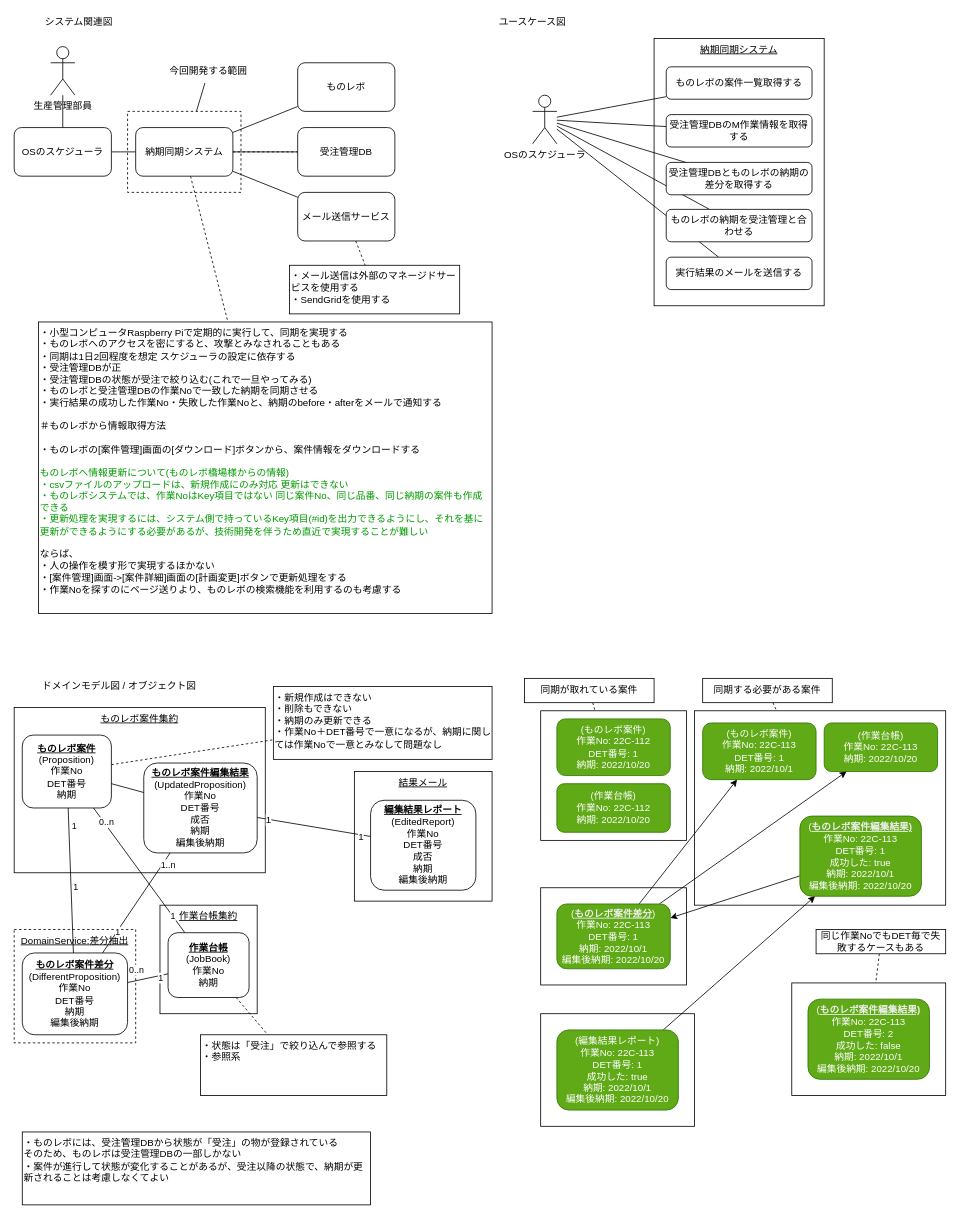
Earlier version of the draw.io diagram Diagrams/sudoDiagram.drawio (Matazoro-Kemtari/SynchronizeMonorevoDeliveryDates). Source tidied: cells renumbered, new cells numbered last; positions are measured from the earlier drawing's top-left corner, leaving out a move shared by most shapes. Both pictures are drawn from the tidied source at 81%, with x=0, y=0 at pixel (14, 14).
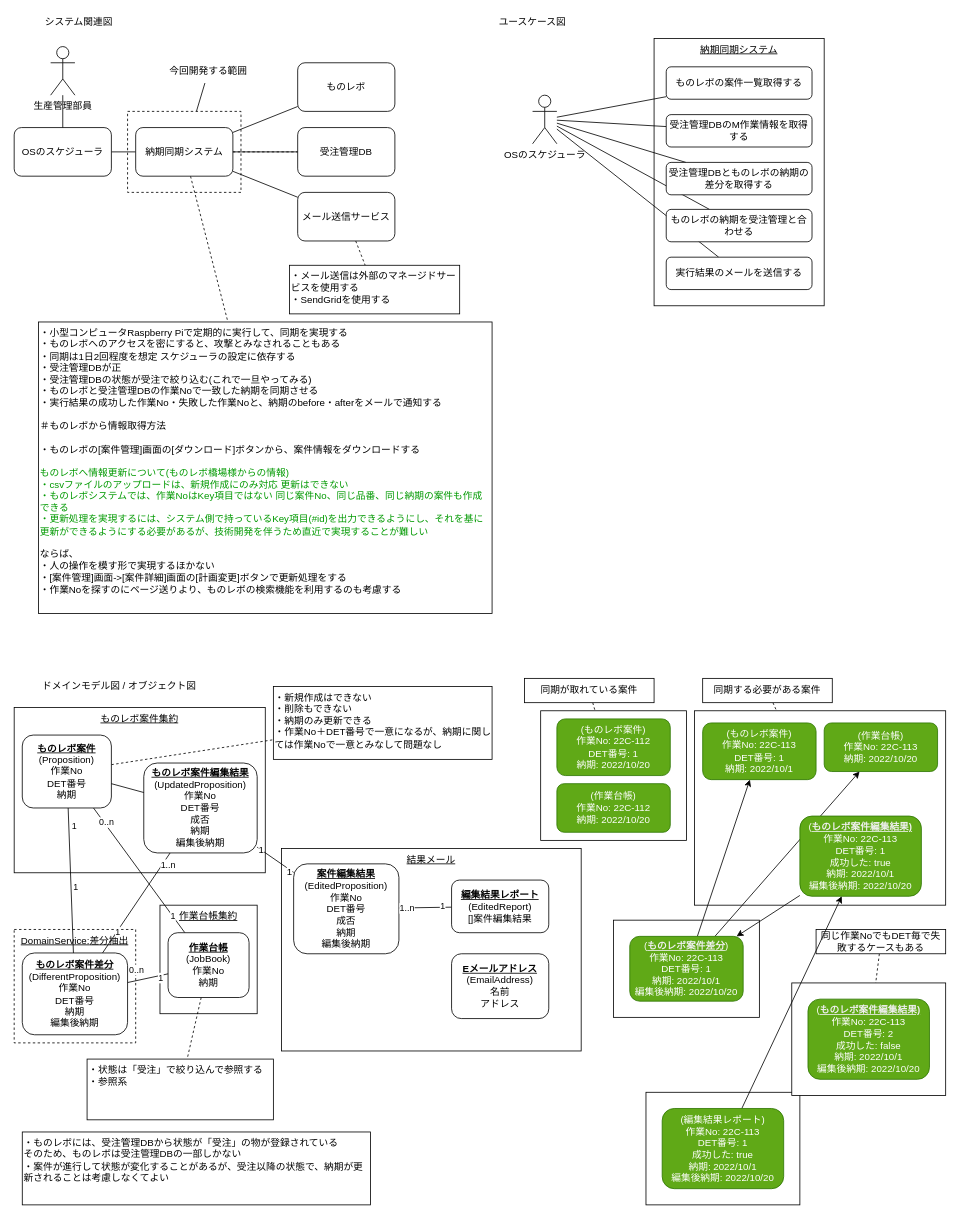
The same page after the edit.

Commit message (it also covers changes not shown here):
ドメインモデル図更新 モデルも併せて修正

What changed in the source:
```diff
@@
     <mxCell id="2" style="rounded=0;whiteSpace=wrap;html=1;fontColor=#009900;" parent="1" vertex="1">
-      <mxGeometry x="650" y="1234" width="190" height="139" as="geometry" />
+      <mxGeometry x="780" y="1331" width="190" height="139" as="geometry" />
     </mxCell>
@@
     <mxCell id="57" value="・状態は「受注」で絞り込んで参照する&lt;br&gt;・参照系" style="rounded=0;whiteSpace=wrap;html=1;align=left;verticalAlign=top;" parent="1" vertex="1">
-      <mxGeometry x="230" y="1260" width="230" height="75" as="geometry" />
+      <mxGeometry x="90" y="1290" width="230" height="75" as="geometry" />
     </mxCell>
@@
     <mxCell id="69" value="&lt;u&gt;結果メール&lt;br&gt;&lt;/u&gt;" style="rounded=0;whiteSpace=wrap;html=1;verticalAlign=top;" parent="1" vertex="1">
-      <mxGeometry x="420" y="935" width="170" height="160" as="geometry" />
+      <mxGeometry x="330" y="1030" width="370" height="250" as="geometry" />
     </mxCell>
     <mxCell id="70" style="rounded=0;whiteSpace=wrap;html=1;fontColor=#009900;" parent="1" vertex="1">
-      <mxGeometry x="650" y="1078.5" width="180" height="120" as="geometry" />
+      <mxGeometry x="740" y="1118.5" width="180" height="120" as="geometry" />
     </mxCell>
@@
     <mxCell id="73" value="(&lt;u style=&quot;color: rgb(240 , 240 , 240)&quot;&gt;&lt;b&gt;ものレボ案件差分&lt;/b&gt;&lt;/u&gt;)&lt;br&gt;作業No: 22C-113&lt;br&gt;DET番号: 1&lt;br&gt;納期: 2022/10/1&lt;br&gt;編集後納期: 2022/10/20" style="rounded=1;whiteSpace=wrap;html=1;verticalAlign=middle;align=center;fillColor=#60a917;strokeColor=#2D7600;fontColor=#ffffff;" parent="1" vertex="1">
-      <mxGeometry x="670" y="1098.5" width="140" height="80" as="geometry" />
+      <mxGeometry x="760" y="1138.5" width="140" height="80" as="geometry" />
     </mxCell>
@@
-    <mxCell id="85" value="&lt;u&gt;&lt;b&gt;編集結果レポート&lt;br&gt;&lt;/b&gt;&lt;/u&gt;(EditedReport&lt;span&gt;)&lt;/span&gt;&lt;br&gt;作業No&lt;br&gt;DET番号&lt;br&gt;成否&lt;br&gt;納期&lt;br&gt;編集後納期" style="rounded=1;whiteSpace=wrap;html=1;verticalAlign=middle;align=center;" parent="1" vertex="1">
-      <mxGeometry x="440" y="970.5" width="130" height="111" as="geometry" />
+    <mxCell id="85" value="&lt;u&gt;&lt;b&gt;案件&lt;/b&gt;&lt;/u&gt;&lt;u&gt;&lt;b&gt;編集結果&lt;br&gt;&lt;/b&gt;&lt;/u&gt;(EditedProposition&lt;span&gt;)&lt;/span&gt;&lt;br&gt;作業No&lt;br&gt;DET番号&lt;br&gt;成否&lt;br&gt;納期&lt;br&gt;編集後納期" style="rounded=1;whiteSpace=wrap;html=1;verticalAlign=middle;align=center;" parent="1" vertex="1">
+      <mxGeometry x="345" y="1049" width="130" height="111" as="geometry" />
     </mxCell>
@@
     <mxCell id="87" value="(編集結果レポート)&lt;br&gt;作業No: 22C-113&lt;br&gt;DET番号: 1&lt;br&gt;成功した: true&lt;span&gt;&lt;br&gt;&lt;/span&gt;納期: 2022/10/1&lt;br&gt;編集後納期: 2022/10/20" style="rounded=1;whiteSpace=wrap;html=1;verticalAlign=middle;align=center;fillColor=#60a917;strokeColor=#2D7600;fontColor=#ffffff;" parent="1" vertex="1">
-      <mxGeometry x="670" y="1254" width="150" height="99" as="geometry" />
+      <mxGeometry x="800" y="1351" width="150" height="99" as="geometry" />
     </mxCell>
+    <mxCell id="88" value="&lt;u&gt;&lt;b&gt;Eメールアドレス&lt;br&gt;&lt;/b&gt;&lt;/u&gt;(EmailAddress)&lt;br&gt;名前&lt;br&gt;アドレス" style="rounded=1;whiteSpace=wrap;html=1;verticalAlign=middle;align=center;" parent="1" vertex="1">
+      <mxGeometry x="540" y="1160" width="120" height="80" as="geometry" />
+    </mxCell>
+    <mxCell id="89" style="edgeStyle=none;html=1;endArrow=none;endFill=0;" parent="1" edge="1" source="92" target="85">
+      <mxGeometry relative="1" as="geometry" />
+    </mxCell>
+    <mxCell id="90" value="1" style="edgeLabel;html=1;align=center;verticalAlign=middle;" parent="89" vertex="1">
+      <mxGeometry x="-0.67" y="-2" relative="1" as="geometry" />
+    </mxCell>
+    <mxCell id="91" value="1..n" style="edgeLabel;html=1;align=center;verticalAlign=middle;" parent="89" vertex="1">
+      <mxGeometry x="0.71" relative="1" as="geometry" />
+    </mxCell>
+    <mxCell id="92" value="&lt;u&gt;&lt;b&gt;編集結果レポート&lt;/b&gt;&lt;/u&gt;&lt;u&gt;&lt;b&gt;&lt;br&gt;&lt;/b&gt;&lt;/u&gt;(EditedReport)&lt;br&gt;[]案件編集結果" style="rounded=1;whiteSpace=wrap;html=1;verticalAlign=middle;align=center;" parent="1" vertex="1">
+      <mxGeometry x="540" y="1069" width="120" height="65" as="geometry" />
+    </mxCell>
```
